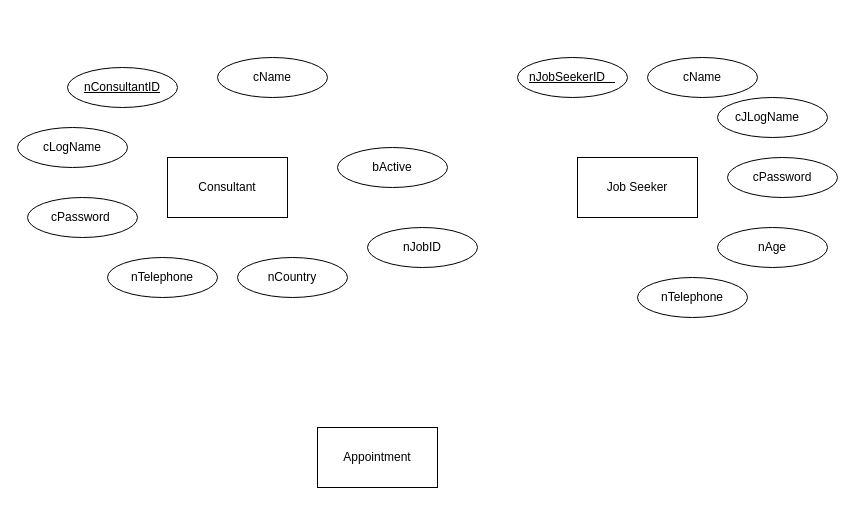
danujaysl/CourseworkADPRG keeps this draw.io diagram as page "ER Diagram" (1 of 3) of Untitled Diagram.drawio. Above is the earlier version. Source tidied: cells renumbered, new cells numbered last; positions are measured from the earlier drawing's top-left corner, leaving out a move shared by most shapes. Both pictures are drawn from the tidied source at 100%, with x=0, y=0 at pixel (17, 57).
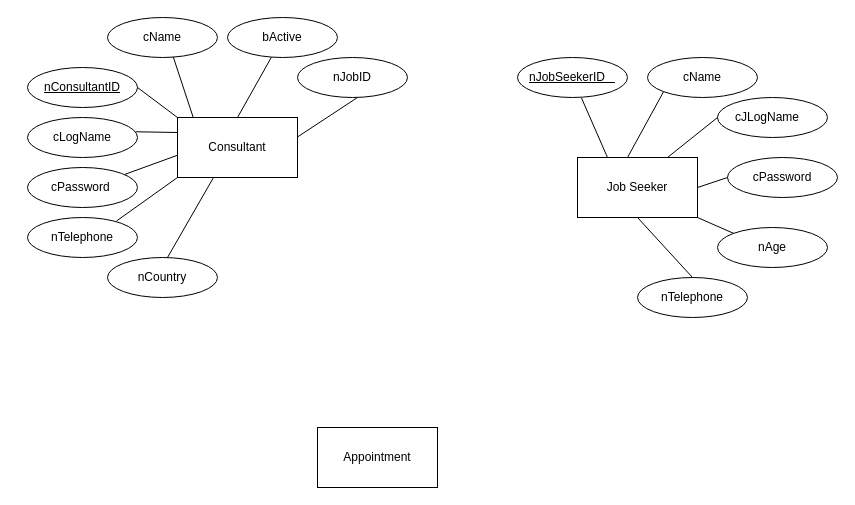
Above is the later version.

Unchanged cells that the change refers to:
```xml
<mxCell id="3" value="Job Seeker" style="rounded=0;whiteSpace=wrap;html=1;" parent="1" vertex="1">
  <mxGeometry x="560" y="100" width="120" height="60" as="geometry" />
</mxCell>
<mxCell id="5" value="&lt;u&gt;nJobSeekerID&amp;nbsp; &amp;nbsp;&lt;/u&gt;" style="ellipse;whiteSpace=wrap;html=1;" parent="1" vertex="1">
  <mxGeometry x="500" width="110" height="40" as="geometry" />
</mxCell>
<mxCell id="6" value="cName" style="ellipse;whiteSpace=wrap;html=1;" parent="1" vertex="1">
  <mxGeometry x="630" width="110" height="40" as="geometry" />
</mxCell>
<mxCell id="7" value="cJLogName&amp;nbsp; &amp;nbsp;" style="ellipse;whiteSpace=wrap;html=1;" parent="1" vertex="1">
  <mxGeometry x="700" y="40" width="110" height="40" as="geometry" />
</mxCell>
<mxCell id="8" value="cPassword" style="ellipse;whiteSpace=wrap;html=1;" parent="1" vertex="1">
  <mxGeometry x="710" y="100" width="110" height="40" as="geometry" />
</mxCell>
<mxCell id="9" value="nAge" style="ellipse;whiteSpace=wrap;html=1;" parent="1" vertex="1">
  <mxGeometry x="700" y="170" width="110" height="40" as="geometry" />
</mxCell>
<mxCell id="10" value="nTelephone" style="ellipse;whiteSpace=wrap;html=1;" parent="1" vertex="1">
  <mxGeometry x="620" y="220" width="110" height="40" as="geometry" />
</mxCell>
```

What changed in the source:
```diff
@@
     <mxCell id="2" value="Consultant" style="rounded=0;whiteSpace=wrap;html=1;" parent="1" vertex="1">
-      <mxGeometry x="150" y="100" width="120" height="60" as="geometry" />
+      <mxGeometry x="160" y="60" width="120" height="60" as="geometry" />
     </mxCell>
@@
     <mxCell id="11" value="&lt;u&gt;nConsultantID&lt;/u&gt;" style="ellipse;whiteSpace=wrap;html=1;" parent="1" vertex="1">
-      <mxGeometry x="50" y="10" width="110" height="40" as="geometry" />
+      <mxGeometry x="10" y="10" width="110" height="40" as="geometry" />
     </mxCell>
     <mxCell id="12" value="cName" style="ellipse;whiteSpace=wrap;html=1;" parent="1" vertex="1">
-      <mxGeometry x="200" width="110" height="40" as="geometry" />
+      <mxGeometry x="90" y="-40" width="110" height="40" as="geometry" />
     </mxCell>
     <mxCell id="13" value="cLogName" style="ellipse;whiteSpace=wrap;html=1;" parent="1" vertex="1">
-      <mxGeometry y="70" width="110" height="40" as="geometry" />
+      <mxGeometry x="10" y="60" width="110" height="40" as="geometry" />
     </mxCell>
     <mxCell id="14" value="cPassword&amp;nbsp;" style="ellipse;whiteSpace=wrap;html=1;" parent="1" vertex="1">
-      <mxGeometry x="10" y="140" width="110" height="40" as="geometry" />
+      <mxGeometry x="10" y="110" width="110" height="40" as="geometry" />
     </mxCell>
     <mxCell id="15" value="nTelephone" style="ellipse;whiteSpace=wrap;html=1;" parent="1" vertex="1">
-      <mxGeometry x="90" y="200" width="110" height="40" as="geometry" />
+      <mxGeometry x="10" y="160" width="110" height="40" as="geometry" />
     </mxCell>
     <mxCell id="16" value="nCountry" style="ellipse;whiteSpace=wrap;html=1;" parent="1" vertex="1">
-      <mxGeometry x="220" y="200" width="110" height="40" as="geometry" />
+      <mxGeometry x="90" y="200" width="110" height="40" as="geometry" />
     </mxCell>
     <mxCell id="17" value="bActive" style="ellipse;whiteSpace=wrap;html=1;" parent="1" vertex="1">
-      <mxGeometry x="320" y="90" width="110" height="40" as="geometry" />
+      <mxGeometry x="210" y="-40" width="110" height="40" as="geometry" />
     </mxCell>
     <mxCell id="18" value="nJobID" style="ellipse;whiteSpace=wrap;html=1;" parent="1" vertex="1">
-      <mxGeometry x="350" y="170" width="110" height="40" as="geometry" />
+      <mxGeometry x="280" width="110" height="40" as="geometry" />
     </mxCell>
+    <mxCell id="19" style="endArrow=none;html=1;rounded=0;entryX=0.3;entryY=1;entryDx=0;entryDy=0;entryPerimeter=0;" parent="1" edge="1" target="2">
+      <mxGeometry relative="1" as="geometry">
+        <mxPoint x="150" y="200" as="sourcePoint" />
+      </mxGeometry>
+    </mxCell>
+    <mxCell id="20" style="endArrow=none;html=1;rounded=0;exitX=0.809;exitY=0.088;exitDx=0;exitDy=0;exitPerimeter=0;" parent="1" edge="1" source="15">
+      <mxGeometry relative="1" as="geometry">
+        <mxPoint x="160" y="120" as="targetPoint" />
+      </mxGeometry>
+    </mxCell>
+    <mxCell id="21" style="endArrow=none;html=1;rounded=0;exitX=0.886;exitY=0.171;exitDx=0;exitDy=0;exitPerimeter=0;entryX=0;entryY=0.629;entryDx=0;entryDy=0;entryPerimeter=0;" parent="1" edge="1" source="14" target="2">
+      <mxGeometry relative="1" as="geometry" />
+    </mxCell>
+    <mxCell id="22" style="endArrow=none;html=1;rounded=0;exitX=0.984;exitY=0.357;exitDx=0;exitDy=0;exitPerimeter=0;entryX=0;entryY=0.25;entryDx=0;entryDy=0;" parent="1" edge="1" source="13" target="2">
+      <mxGeometry relative="1" as="geometry" />
+    </mxCell>
+    <mxCell id="23" style="endArrow=none;html=1;rounded=0;exitX=1;exitY=0.5;exitDx=0;exitDy=0;entryX=0;entryY=0;entryDx=0;entryDy=0;" parent="1" edge="1" source="11" target="2">
+      <mxGeometry relative="1" as="geometry" />
+    </mxCell>
+    <mxCell id="24" style="endArrow=none;html=1;rounded=0;exitX=0.131;exitY=-0.001;exitDx=0;exitDy=0;exitPerimeter=0;entryX=0.597;entryY=0.979;entryDx=0;entryDy=0;entryPerimeter=0;" parent="1" edge="1" source="2" target="12">
+      <mxGeometry relative="1" as="geometry" />
+    </mxCell>
+    <mxCell id="25" style="endArrow=none;html=1;rounded=0;" parent="1" edge="1" target="17">
+      <mxGeometry relative="1" as="geometry">
+        <mxPoint x="220" y="60" as="sourcePoint" />
+      </mxGeometry>
+    </mxCell>
+    <mxCell id="26" style="endArrow=none;html=1;rounded=0;exitX=0.999;exitY=0.326;exitDx=0;exitDy=0;exitPerimeter=0;" parent="1" edge="1" source="2">
+      <mxGeometry relative="1" as="geometry">
+        <mxPoint x="340" y="40" as="targetPoint" />
+      </mxGeometry>
+    </mxCell>
+    <mxCell id="27" style="endArrow=none;html=1;rounded=0;exitX=0.25;exitY=0;exitDx=0;exitDy=0;entryX=0.582;entryY=1.014;entryDx=0;entryDy=0;entryPerimeter=0;" parent="1" edge="1" source="3" target="5">
+      <mxGeometry relative="1" as="geometry" />
+    </mxCell>
+    <mxCell id="28" style="endArrow=none;html=1;rounded=0;entryX=0;entryY=1;entryDx=0;entryDy=0;" parent="1" edge="1" target="6">
+      <mxGeometry relative="1" as="geometry">
+        <mxPoint x="610" y="100" as="sourcePoint" />
+      </mxGeometry>
+    </mxCell>
+    <mxCell id="29" style="endArrow=none;html=1;rounded=0;exitX=0.75;exitY=0;exitDx=0;exitDy=0;entryX=0;entryY=0.5;entryDx=0;entryDy=0;" parent="1" edge="1" source="3" target="7">
+      <mxGeometry relative="1" as="geometry" />
+    </mxCell>
+    <mxCell id="30" style="endArrow=none;html=1;rounded=0;exitX=1;exitY=0.5;exitDx=0;exitDy=0;entryX=0;entryY=0.5;entryDx=0;entryDy=0;" parent="1" edge="1" source="3" target="8">
+      <mxGeometry relative="1" as="geometry" />
+    </mxCell>
+    <mxCell id="31" style="endArrow=none;html=1;rounded=0;exitX=1;exitY=1;exitDx=0;exitDy=0;entryX=0;entryY=0;entryDx=0;entryDy=0;" parent="1" edge="1" source="3" target="9">
+      <mxGeometry relative="1" as="geometry" />
+    </mxCell>
+    <mxCell id="32" style="endArrow=none;html=1;rounded=0;entryX=0.5;entryY=1;entryDx=0;entryDy=0;exitX=0.5;exitY=0;exitDx=0;exitDy=0;" parent="1" edge="1" source="10" target="3">
+      <mxGeometry relative="1" as="geometry" />
+    </mxCell>
```
